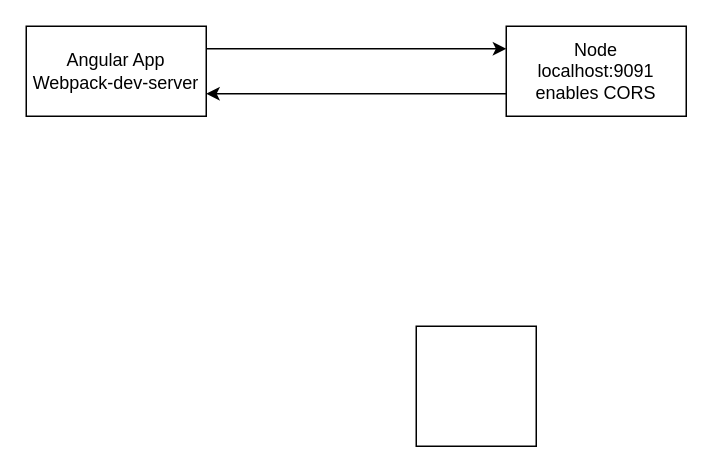
Before: page "Page-6" (6 of 7) of refs/node-diagrams.drawio in synergy2411/dxc-feb-22, a draw.io diagram. Source tidied: cells renumbered, new cells numbered last; positions are measured from the earlier drawing's top-left corner, leaving out a move shared by most shapes. Both pictures are drawn from the tidied source at 150%, with x=0, y=0 at pixel (26, 26).
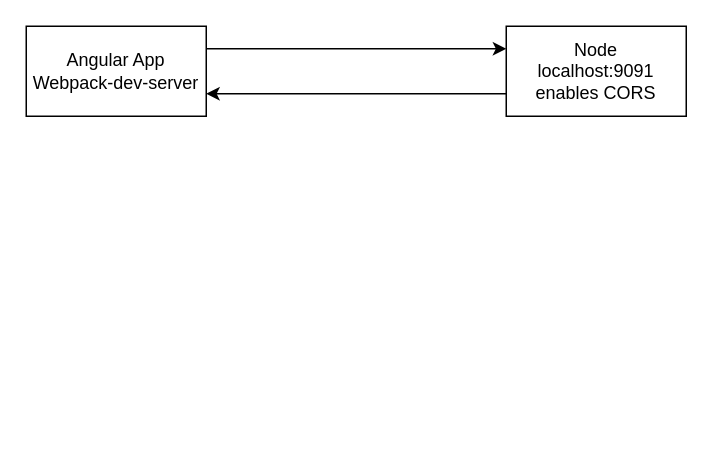
The same diagram, later.

Diff of the diagram source:
```diff
@@
 <mxGraphModel>
   <root>
     <mxCell id="0" />
     <mxCell id="1" parent="0" />
-    <mxCell id="2" style="whiteSpace=wrap;html=1;" parent="1" vertex="1">
-      <mxGeometry x="260" y="200" width="80" height="80" as="geometry" />
-    </mxCell>
     <mxCell id="3" style="edgeStyle=orthogonalEdgeStyle;rounded=0;jettySize=auto;html=1;exitX=1;exitY=0.25;exitDx=0;exitDy=0;entryX=0;entryY=0.25;entryDx=0;entryDy=0;" parent="1" edge="1" source="4" target="6">
       <mxGeometry relative="1" as="geometry" />
     </mxCell>
     <mxCell id="4" value="Angular App&lt;br&gt;Webpack-dev-server" style="rounded=0;whiteSpace=wrap;html=1;" parent="1" vertex="1">
       <mxGeometry width="120" height="60" as="geometry" />
     </mxCell>
     <mxCell id="5" style="edgeStyle=orthogonalEdgeStyle;rounded=0;jettySize=auto;html=1;exitX=0;exitY=0.75;exitDx=0;exitDy=0;entryX=1;entryY=0.75;entryDx=0;entryDy=0;" parent="1" edge="1" source="6" target="4">
       <mxGeometry relative="1" as="geometry" />
     </mxCell>
     <mxCell id="6" value="Node&lt;br&gt;localhost:9091&lt;br&gt;enables CORS" style="rounded=0;whiteSpace=wrap;html=1;" parent="1" vertex="1">
       <mxGeometry x="320" width="120" height="60" as="geometry" />
     </mxCell>
   </root>
 </mxGraphModel>
```
